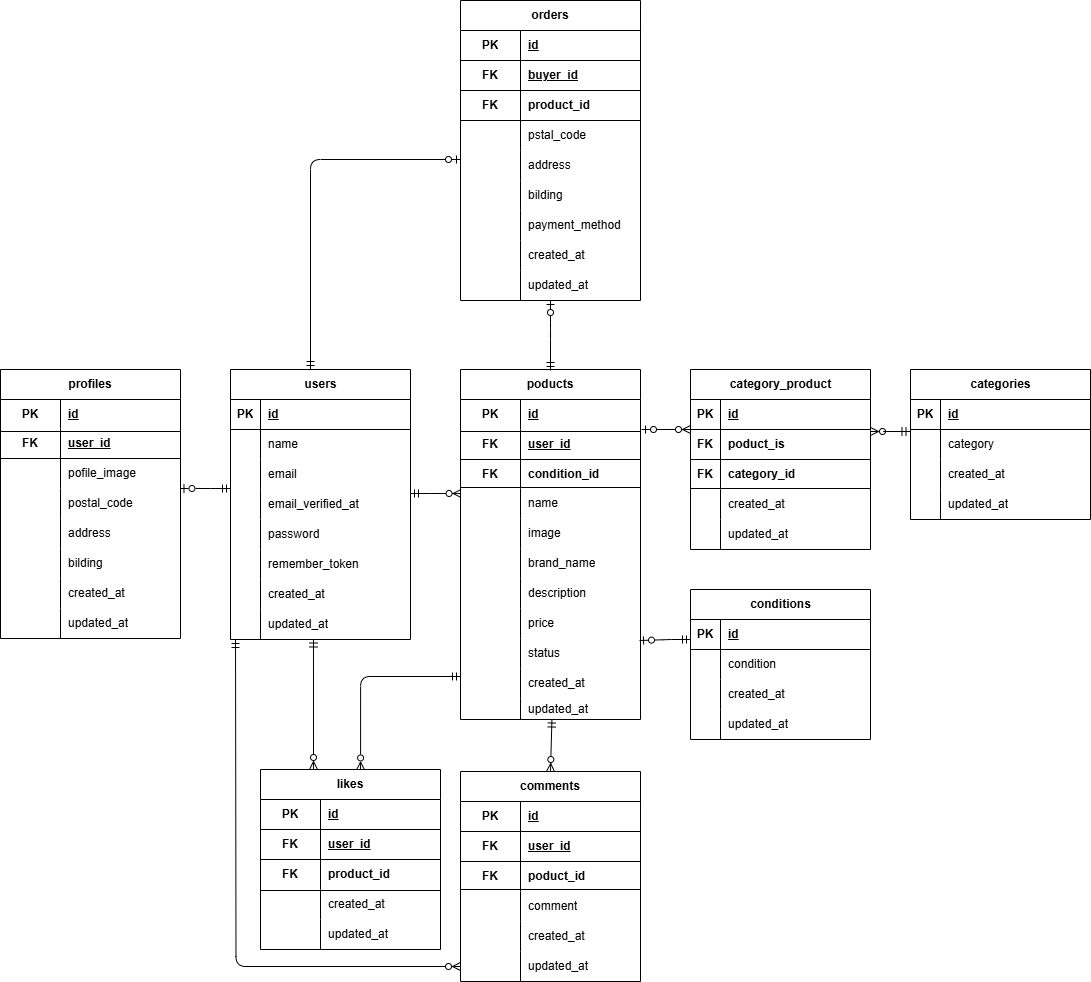
Before: er.drawio.png, a diagram exported from draw.io (mami-kbb/frima). Source tidied: cells renumbered, new cells last; positions are measured from the earlier drawing's top-left corner, leaving out a move shared by most shapes.
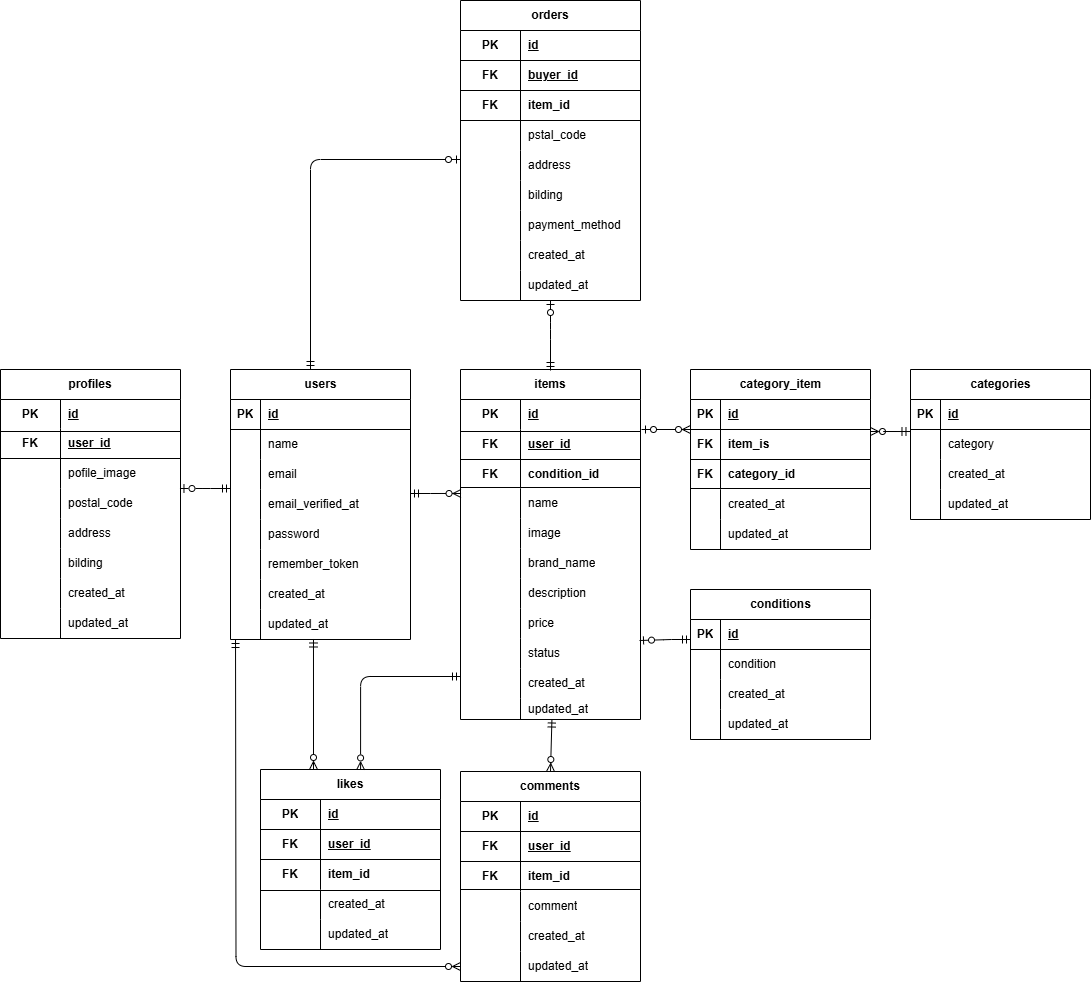
The same file after the commit.

Change to the diagram source:
```diff
@@ -35,7 +35,7 @@
     <mxCell id="12" value="&lt;b&gt;FK&lt;/b&gt;" style="shape=partialRectangle;fillColor=none;top=0;left=0;bottom=0;right=0;overflow=hidden;html=1;whiteSpace=wrap;" parent="11" vertex="1">
       <mxGeometry width="60" height="30" as="geometry" />
     </mxCell>
-    <mxCell id="13" value="poduct_id" style="shape=partialRectangle;fillColor=none;top=0;left=0;bottom=0;right=0;align=left;spacingLeft=6;overflow=hidden;html=1;whiteSpace=wrap;fontStyle=1;" parent="11" vertex="1">
+    <mxCell id="13" value="item_id" style="shape=partialRectangle;fillColor=none;top=0;left=0;bottom=0;right=0;align=left;spacingLeft=6;overflow=hidden;html=1;whiteSpace=wrap;fontStyle=1;" parent="11" vertex="1">
       <mxGeometry x="60" width="120" height="30" as="geometry" />
     </mxCell>
     <mxCell id="14" style="shape=tableRow;horizontal=0;startSize=0;swimlaneHead=0;swimlaneBody=0;fillColor=none;top=0;left=0;right=0;bottom=0;html=1;" parent="4" vertex="1">
@@ -113,7 +113,7 @@
     <mxCell id="38" style="group;" parent="1" vertex="1">
       <mxGeometry x="690" y="369" width="180" height="150" as="geometry" />
     </mxCell>
-    <mxCell id="39" value="category_product" style="shape=table;startSize=30;rowLines=0;fontStyle=1;align=center;html=1;" parent="38" vertex="1">
+    <mxCell id="39" value="category_item" style="shape=table;startSize=30;rowLines=0;fontStyle=1;align=center;html=1;" parent="38" vertex="1">
       <mxGeometry width="180" height="180" as="geometry" />
     </mxCell>
     <mxCell id="40" style="shape=tableRow;horizontal=0;startSize=0;swimlaneHead=0;swimlaneBody=0;fillColor=none;top=0;left=0;right=0;bottom=1;" parent="39" vertex="1">
@@ -131,7 +131,7 @@
     <mxCell id="44" value="FK" style="shape=partialRectangle;fillColor=none;top=0;left=0;bottom=0;right=0;overflow=hidden;whiteSpace=wrap;html=1;fontStyle=1;" parent="43" vertex="1">
       <mxGeometry width="30" height="30" as="geometry" />
     </mxCell>
-    <mxCell id="45" value="poduct_is" style="shape=partialRectangle;fillColor=none;top=0;left=0;bottom=0;right=0;align=left;spacingLeft=6;overflow=hidden;whiteSpace=wrap;html=1;fontStyle=1;" parent="43" vertex="1">
+    <mxCell id="45" value="item_is" style="shape=partialRectangle;fillColor=none;top=0;left=0;bottom=0;right=0;align=left;spacingLeft=6;overflow=hidden;whiteSpace=wrap;html=1;fontStyle=1;" parent="43" vertex="1">
       <mxGeometry x="30" width="150" height="30" as="geometry" />
     </mxCell>
     <mxCell id="46" style="shape=tableRow;horizontal=0;startSize=0;swimlaneHead=0;swimlaneBody=0;fillColor=none;top=0;left=0;right=0;bottom=0;" parent="39" vertex="1">
@@ -239,7 +239,7 @@
     <mxCell id="80" value="FK" style="shape=partialRectangle;fillColor=none;top=0;left=0;bottom=0;right=0;overflow=hidden;html=1;whiteSpace=wrap;fontStyle=1;" parent="79" vertex="1">
       <mxGeometry width="60" height="30" as="geometry" />
     </mxCell>
-    <mxCell id="81" value="product_id" style="shape=partialRectangle;fillColor=none;top=0;left=0;bottom=0;right=0;align=left;spacingLeft=6;overflow=hidden;html=1;whiteSpace=wrap;fontStyle=1;" parent="79" vertex="1">
+    <mxCell id="81" value="item_id" style="shape=partialRectangle;fillColor=none;top=0;left=0;bottom=0;right=0;align=left;spacingLeft=6;overflow=hidden;html=1;whiteSpace=wrap;fontStyle=1;" parent="79" vertex="1">
       <mxGeometry x="60" width="120" height="30" as="geometry" />
     </mxCell>
     <mxCell id="82" style="shape=tableRow;horizontal=0;startSize=0;swimlaneHead=0;swimlaneBody=0;fillColor=none;top=0;left=0;right=0;bottom=0;html=1;" parent="72" vertex="1">
@@ -275,7 +275,7 @@
     <mxCell id="92" style="group;" parent="90" vertex="1">
       <mxGeometry width="180" height="362" as="geometry" />
     </mxCell>
-    <mxCell id="93" value="poducts" style="shape=table;startSize=30;rowLines=0;fontStyle=1;align=center;html=1;whiteSpace=wrap;" parent="92" vertex="1">
+    <mxCell id="93" value="items" style="shape=table;startSize=30;rowLines=0;fontStyle=1;align=center;html=1;whiteSpace=wrap;" parent="92" vertex="1">
       <mxGeometry width="180" height="350" as="geometry" />
     </mxCell>
     <mxCell id="94" style="shape=tableRow;horizontal=0;startSize=0;swimlaneHead=0;swimlaneBody=0;fillColor=none;top=0;left=0;right=0;bottom=0;html=1;" parent="93" vertex="1">
@@ -589,7 +589,7 @@
     <mxCell id="195" value="FK" style="shape=partialRectangle;fillColor=none;top=0;left=0;bottom=0;right=0;overflow=hidden;html=1;whiteSpace=wrap;fontStyle=1;" parent="194" vertex="1">
       <mxGeometry width="60" height="30" as="geometry" />
     </mxCell>
-    <mxCell id="196" value="product_id" style="shape=partialRectangle;fillColor=none;top=0;left=0;bottom=0;right=0;align=left;spacingLeft=6;overflow=hidden;html=1;whiteSpace=wrap;fontStyle=1;" parent="194" vertex="1">
+    <mxCell id="196" value="item_id" style="shape=partialRectangle;fillColor=none;top=0;left=0;bottom=0;right=0;align=left;spacingLeft=6;overflow=hidden;html=1;whiteSpace=wrap;fontStyle=1;" parent="194" vertex="1">
       <mxGeometry x="60" width="120" height="30" as="geometry" />
     </mxCell>
     <mxCell id="197" style="shape=tableRow;horizontal=0;startSize=0;swimlaneHead=0;swimlaneBody=0;fillColor=none;top=0;left=0;right=0;bottom=0;html=1;" parent="187" vertex="1">
```
